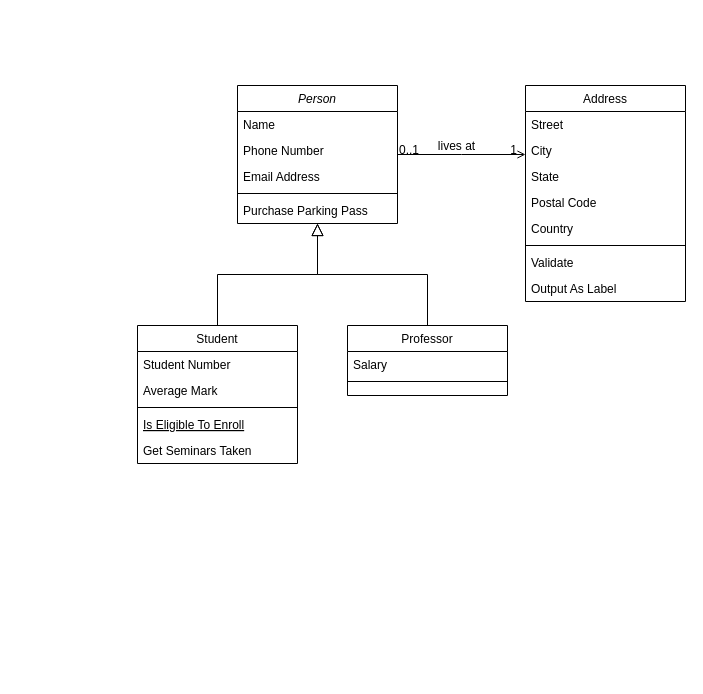
The draw.io diagram doc/caso_de_uso/Untitled Diagram.drawio in Frealdicorp/P1-TIENDA, before the edit. Source tidied: cells renumbered, new cells numbered last; positions are measured from the earlier drawing's top-left corner, leaving out a move shared by most shapes. Both pictures are drawn from the tidied source at 100%, with x=0, y=0 at pixel (137, 85).
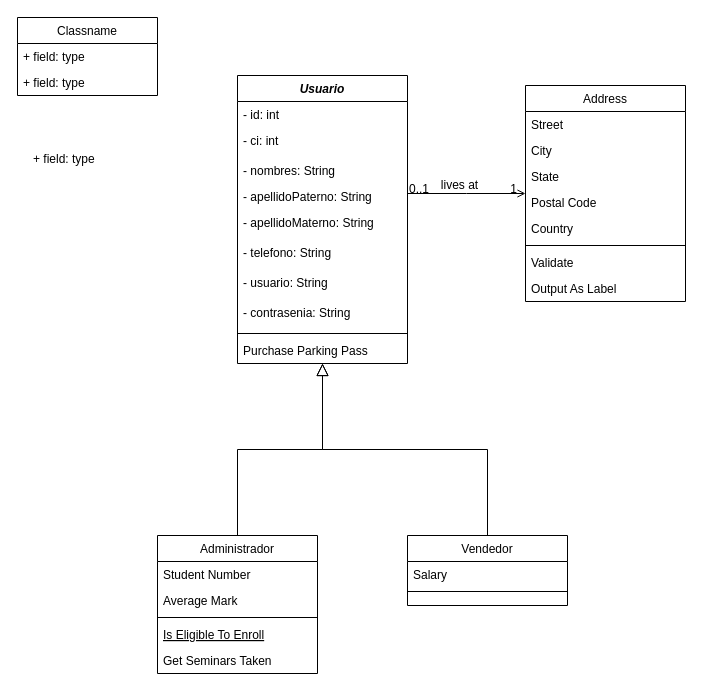
Above is the later version.

Diff of the diagram source:
```diff
@@
-    <mxCell id="2" value="Person" style="swimlane;fontStyle=2;align=center;verticalAlign=top;horizontal=1;startSize=26;rounded=0;shadow=0;strokeWidth=1;" parent="1" vertex="1">
-      <mxGeometry x="100" width="160" height="138" as="geometry" />
+    <mxCell id="2" value="Usuario" style="swimlane;fontStyle=3;align=center;verticalAlign=top;horizontal=1;startSize=26;rounded=0;shadow=0;strokeWidth=1;" parent="1" vertex="1">
+      <mxGeometry x="100" y="-10" width="170" height="288" as="geometry" />
     </mxCell>
-    <mxCell id="3" value="Name" style="text;align=left;verticalAlign=top;spacingLeft=4;spacingRight=4;overflow=hidden;" parent="2" vertex="1">
-      <mxGeometry y="26" width="160" height="26" as="geometry" />
+    <mxCell id="3" value="- id: int" style="text;align=left;verticalAlign=top;spacingLeft=4;spacingRight=4;overflow=hidden;fontColor=#000000;" parent="2" vertex="1">
+      <mxGeometry y="26" width="170" height="26" as="geometry" />
     </mxCell>
+    <mxCell id="32" value="- ci: int" style="text;strokeColor=none;fillColor=none;align=left;verticalAlign=top;spacingLeft=4;spacingRight=4;overflow=hidden;fontColor=#000000;" parent="2" vertex="1">
+      <mxGeometry y="52" width="170" height="30" as="geometry" />
+    </mxCell>
-    <mxCell id="4" value="Phone Number" style="text;align=left;verticalAlign=top;spacingLeft=4;spacingRight=4;overflow=hidden;rounded=0;shadow=0;html=0;" parent="2" vertex="1">
-      <mxGeometry y="52" width="160" height="26" as="geometry" />
+    <mxCell id="4" value="- nombres: String" style="text;align=left;verticalAlign=top;spacingLeft=4;spacingRight=4;overflow=hidden;rounded=0;shadow=0;html=0;" parent="2" vertex="1">
+      <mxGeometry y="82" width="170" height="26" as="geometry" />
     </mxCell>
-    <mxCell id="5" value="Email Address" style="text;align=left;verticalAlign=top;spacingLeft=4;spacingRight=4;overflow=hidden;rounded=0;shadow=0;html=0;" parent="2" vertex="1">
-      <mxGeometry y="78" width="160" height="26" as="geometry" />
+    <mxCell id="5" value="- apellidoPaterno: String" style="text;align=left;verticalAlign=top;spacingLeft=4;spacingRight=4;overflow=hidden;rounded=0;shadow=0;html=0;" parent="2" vertex="1">
+      <mxGeometry y="108" width="170" height="26" as="geometry" />
     </mxCell>
+    <mxCell id="33" value="- apellidoMaterno: String" style="text;strokeColor=none;fillColor=none;align=left;verticalAlign=top;spacingLeft=4;spacingRight=4;overflow=hidden;fontColor=#000000;" parent="2" vertex="1">
+      <mxGeometry y="134" width="170" height="30" as="geometry" />
+    </mxCell>
+    <mxCell id="34" value="- telefono: String" style="text;strokeColor=none;fillColor=none;align=left;verticalAlign=top;spacingLeft=4;spacingRight=4;overflow=hidden;fontColor=#000000;" parent="2" vertex="1">
+      <mxGeometry y="164" width="170" height="30" as="geometry" />
+    </mxCell>
+    <mxCell id="35" value="- usuario: String" style="text;strokeColor=none;fillColor=none;align=left;verticalAlign=top;spacingLeft=4;spacingRight=4;overflow=hidden;fontColor=#000000;" parent="2" vertex="1">
+      <mxGeometry y="194" width="170" height="30" as="geometry" />
+    </mxCell>
+    <mxCell id="36" value="- contrasenia: String" style="text;strokeColor=none;fillColor=none;align=left;verticalAlign=top;spacingLeft=4;spacingRight=4;overflow=hidden;fontColor=#000000;" parent="2" vertex="1">
+      <mxGeometry y="224" width="170" height="30" as="geometry" />
+    </mxCell>
     <mxCell id="6" style="line;html=1;strokeWidth=1;align=left;verticalAlign=middle;spacingTop=-1;spacingLeft=3;spacingRight=3;labelPosition=right;" parent="2" vertex="1">
-      <mxGeometry y="104" width="160" height="8" as="geometry" />
+      <mxGeometry y="254" width="170" height="8" as="geometry" />
     </mxCell>
     <mxCell id="7" value="Purchase Parking Pass" style="text;align=left;verticalAlign=top;spacingLeft=4;spacingRight=4;overflow=hidden;" parent="2" vertex="1">
-      <mxGeometry y="112" width="160" height="26" as="geometry" />
+      <mxGeometry y="262" width="170" height="26" as="geometry" />
     </mxCell>
-    <mxCell id="8" value="Student" style="swimlane;fontStyle=0;align=center;verticalAlign=top;horizontal=1;startSize=26;rounded=0;shadow=0;strokeWidth=1;" parent="1" vertex="1">
-      <mxGeometry y="240" width="160" height="138" as="geometry" />
+    <mxCell id="8" value="Administrador" style="swimlane;fontStyle=0;align=center;verticalAlign=top;horizontal=1;startSize=26;rounded=0;shadow=0;strokeWidth=1;" parent="1" vertex="1">
+      <mxGeometry x="20" y="450" width="160" height="138" as="geometry" />
     </mxCell>
@@
-    <mxCell id="15" value="Professor" style="swimlane;fontStyle=0;align=center;verticalAlign=top;horizontal=1;startSize=26;rounded=0;shadow=0;strokeWidth=1;" parent="1" vertex="1">
-      <mxGeometry x="210" y="240" width="160" height="70" as="geometry" />
+    <mxCell id="15" value="Vendedor" style="swimlane;fontStyle=0;align=center;verticalAlign=top;horizontal=1;startSize=26;rounded=0;shadow=0;strokeWidth=1;" parent="1" vertex="1">
+      <mxGeometry x="270" y="450" width="160" height="70" as="geometry" />
     </mxCell>
@@
+    <mxCell id="37" value="Classname" style="swimlane;fontStyle=0;horizontal=1;startSize=26;fillColor=none;fontColor=#000000;" parent="1" vertex="1">
+      <mxGeometry x="-120" y="-68" width="140" height="78" as="geometry" />
+    </mxCell>
+    <mxCell id="38" value="+ field: type" style="text;strokeColor=none;fillColor=none;align=left;verticalAlign=top;spacingLeft=4;spacingRight=4;overflow=hidden;fontColor=#000000;" parent="37" vertex="1">
+      <mxGeometry y="26" width="140" height="26" as="geometry" />
+    </mxCell>
+    <mxCell id="39" value="+ field: type" style="text;strokeColor=none;fillColor=none;align=left;verticalAlign=top;spacingLeft=4;spacingRight=4;overflow=hidden;fontColor=#000000;" parent="37" vertex="1">
+      <mxGeometry y="52" width="140" height="26" as="geometry" />
+    </mxCell>
+    <mxCell id="40" value="+ field: type" style="text;strokeColor=none;fillColor=none;align=left;verticalAlign=top;spacingLeft=4;spacingRight=4;overflow=hidden;fontColor=#000000;" parent="1" vertex="1">
+      <mxGeometry x="-110" y="60" width="140" height="30" as="geometry" />
+    </mxCell>
```
